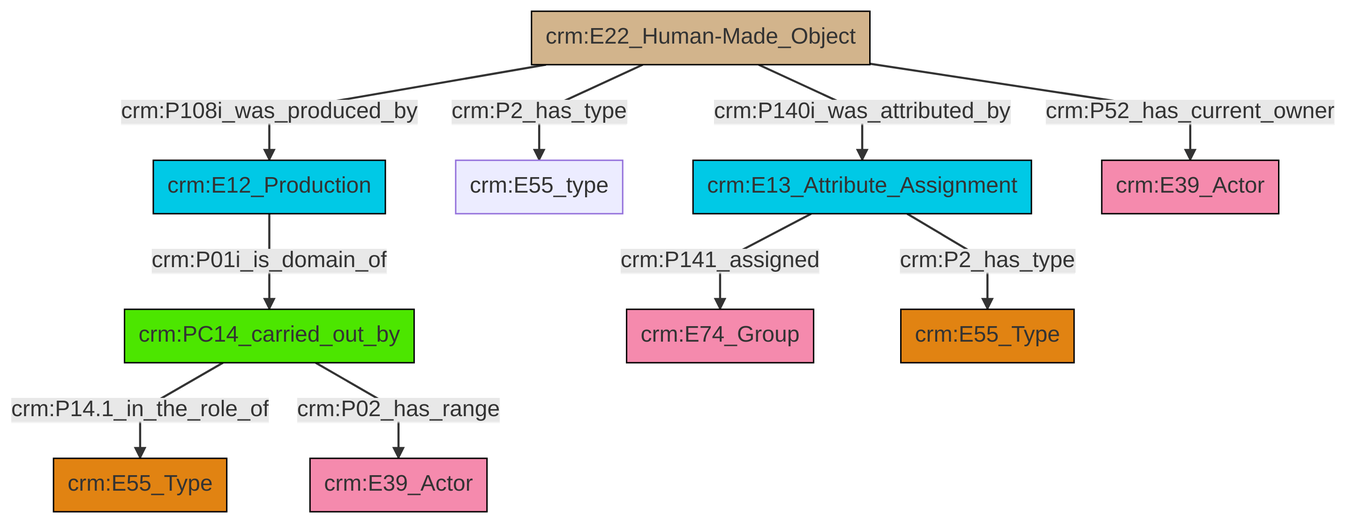
Before: et/builtWorkCSV/ttl/mmd/png/Built_Work_actor_relations.png, a diagram exported from Mermaid (swiss-art-research-net/docs.swissartresearch). Its source is kept beside it as et/builtWorkCSV/ttl/mmd/Built_Work_actor_relations.ttl.mmd.
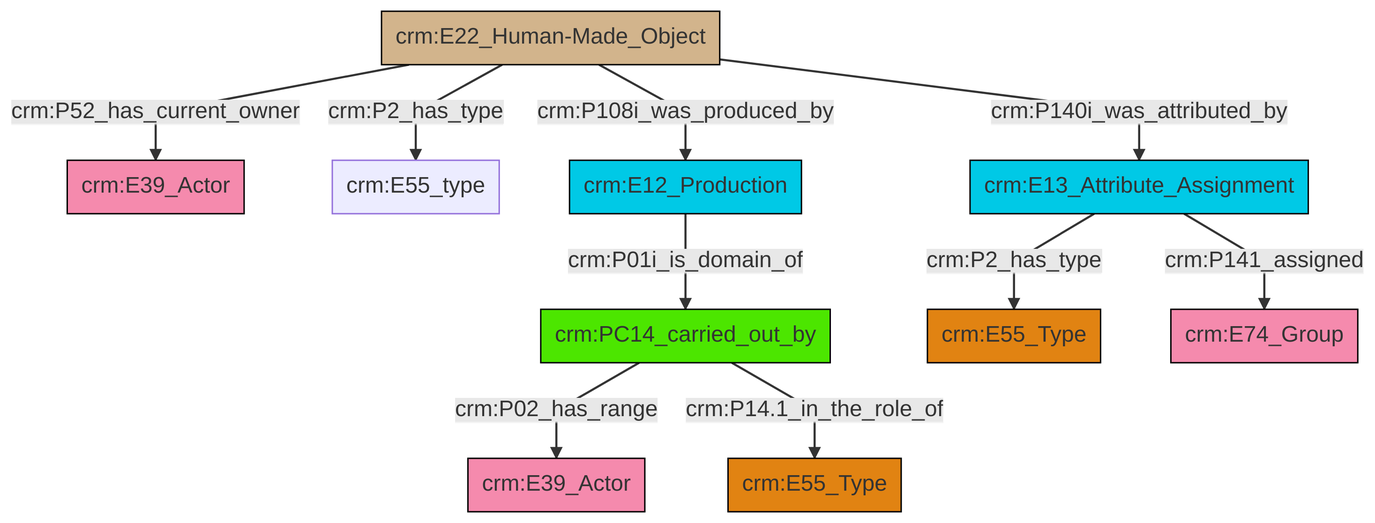
Later version of the same file.

The edit, as a diff of the source:
```diff
@@ -13,12 +13,12 @@
 classDef PC_Classes fill:#4ce600, stroke:#000000;
 classDef Multi fill:#cccccc,stroke:#000000;
 
-2["crm:PC14_carried_out_by"]:::PC_Classes -->|crm:P14.1_in_the_role_of| 3["crm:E55_Type"]:::Type
-4["crm:E22_Human-Made_Object"]:::Physical_Thing -->|crm:P108i_was_produced_by| 8["crm:E12_Production"]:::Temporal_Entity
-4["crm:E22_Human-Made_Object"]:::Physical_Thing -->|crm:P2_has_type| 11["crm:E55_type"]:::Default
-6["crm:E13_Attribute_Assignment"]:::Temporal_Entity -->|crm:P141_assigned| 9["crm:E74_Group"]:::Actor
-6["crm:E13_Attribute_Assignment"]:::Temporal_Entity -->|crm:P2_has_type| 0["crm:E55_Type"]:::Type
-4["crm:E22_Human-Made_Object"]:::Physical_Thing -->|crm:P140i_was_attributed_by| 6["crm:E13_Attribute_Assignment"]:::Temporal_Entity
-2["crm:PC14_carried_out_by"]:::PC_Classes -->|crm:P02_has_range| 14["crm:E39_Actor"]:::Actor
-4["crm:E22_Human-Made_Object"]:::Physical_Thing -->|crm:P52_has_current_owner| 19["crm:E39_Actor"]:::Actor
-8["crm:E12_Production"]:::Temporal_Entity -->|crm:P01i_is_domain_of| 2["crm:PC14_carried_out_by"]:::PC_Classes
+2["crm:E13_Attribute_Assignment"]:::Temporal_Entity -->|crm:P2_has_type| 3["crm:E55_Type"]:::Type
+4["crm:PC14_carried_out_by"]:::PC_Classes -->|crm:P02_has_range| 5["crm:E39_Actor"]:::Actor
+0["crm:E22_Human-Made_Object"]:::Physical_Thing -->|crm:P52_has_current_owner| 12["crm:E39_Actor"]:::Actor
+0["crm:E22_Human-Made_Object"]:::Physical_Thing -->|crm:P2_has_type| 16["crm:E55_type"]:::Default
+4["crm:PC14_carried_out_by"]:::PC_Classes -->|crm:P14.1_in_the_role_of| 10["crm:E55_Type"]:::Type
+0["crm:E22_Human-Made_Object"]:::Physical_Thing -->|crm:P108i_was_produced_by| 6["crm:E12_Production"]:::Temporal_Entity
+2["crm:E13_Attribute_Assignment"]:::Temporal_Entity -->|crm:P141_assigned| 14["crm:E74_Group"]:::Actor
+0["crm:E22_Human-Made_Object"]:::Physical_Thing -->|crm:P140i_was_attributed_by| 2["crm:E13_Attribute_Assignment"]:::Temporal_Entity
+6["crm:E12_Production"]:::Temporal_Entity -->|crm:P01i_is_domain_of| 4["crm:PC14_carried_out_by"]:::PC_Classes
```
